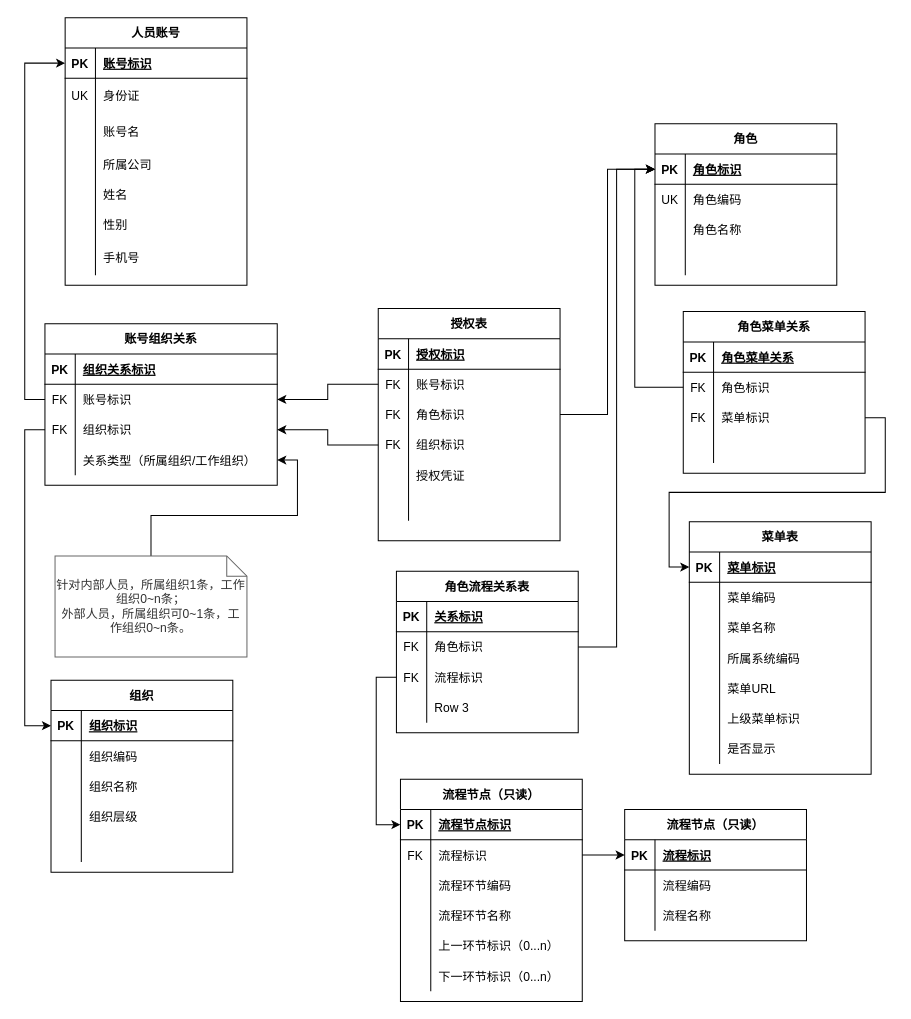
The draw.io diagram page "模型-3" (1 of 7) of 4A基本数模型.drawio in 158698706/tt4a, before the edit. Source tidied: cells renumbered, new cells numbered last; positions are measured from the earlier drawing's top-left corner, leaving out a move shared by most shapes. Both pictures are drawn from the tidied source at 101%, with x=0, y=0 at pixel (44, 17).
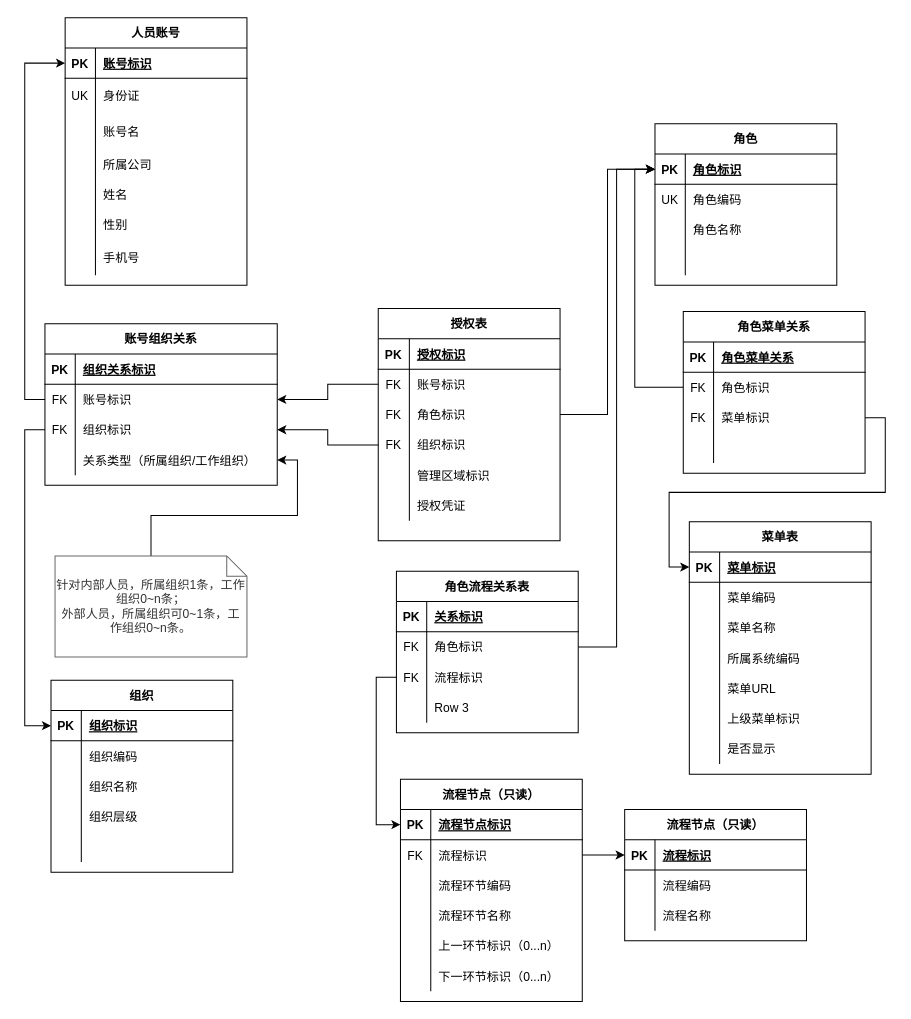
After the change.

Unchanged cells that the change refers to:
```xml
<mxCell id="38" style="shape=tableRow;horizontal=0;startSize=0;swimlaneHead=0;swimlaneBody=0;fillColor=none;top=0;left=0;right=0;bottom=1;" parent="37" vertex="1">
  <mxGeometry y="30" width="180" height="30" as="geometry" />
</mxCell>
<mxCell id="41" style="shape=tableRow;horizontal=0;startSize=0;swimlaneHead=0;swimlaneBody=0;fillColor=none;points=[[0,0.5],[1,0.5]];portConstraint=eastwest;top=0;left=0;right=0;bottom=0;" parent="37" vertex="1">
  <mxGeometry y="60" width="180" height="30" as="geometry" />
</mxCell>
<mxCell id="44" style="shape=tableRow;horizontal=0;startSize=0;swimlaneHead=0;swimlaneBody=0;fillColor=none;points=[[0,0.5],[1,0.5]];portConstraint=eastwest;top=0;left=0;right=0;bottom=0;" parent="37" vertex="1">
  <mxGeometry y="90" width="180" height="30" as="geometry" />
</mxCell>
<mxCell id="47" style="shape=tableRow;horizontal=0;startSize=0;swimlaneHead=0;swimlaneBody=0;fillColor=none;points=[[0,0.5],[1,0.5]];portConstraint=eastwest;top=0;left=0;right=0;bottom=0;" parent="37" vertex="1">
  <mxGeometry y="120" width="180" height="30" as="geometry" />
</mxCell>
<mxCell id="50" style="shape=tableRow;horizontal=0;startSize=0;swimlaneHead=0;swimlaneBody=0;fillColor=none;top=0;left=0;right=0;bottom=0;" parent="37" vertex="1">
  <mxGeometry y="150" width="180" height="30" as="geometry" />
</mxCell>
<mxCell id="53" style="shape=tableRow;horizontal=0;startSize=0;swimlaneHead=0;swimlaneBody=0;fillColor=none;top=0;left=0;right=0;bottom=0;" parent="37" vertex="1">
  <mxGeometry y="180" width="180" height="30" as="geometry" />
</mxCell>
```

What changed in the source:
```diff
@@
     <mxCell id="39" value="PK" style="shape=partialRectangle;fillColor=none;top=0;left=0;bottom=0;right=0;fontStyle=1;overflow=hidden;" parent="38" vertex="1">
-      <mxGeometry width="30" height="30" as="geometry" />
+      <mxGeometry width="30.8" height="30" as="geometry" />
     </mxCell>
     <mxCell id="40" value="授权标识" style="shape=partialRectangle;fillColor=none;top=0;left=0;bottom=0;right=0;align=left;spacingLeft=6;fontStyle=5;overflow=hidden;" parent="38" vertex="1">
-      <mxGeometry x="30" width="150" height="30" as="geometry" />
+      <mxGeometry x="30.8" width="149.2" height="30" as="geometry" />
     </mxCell>
@@
     <mxCell id="42" value="FK" style="shape=partialRectangle;fillColor=none;top=0;left=0;bottom=0;right=0;overflow=hidden;" parent="41" vertex="1">
-      <mxGeometry width="30" height="30" as="geometry" />
+      <mxGeometry width="30.8" height="30" as="geometry" />
     </mxCell>
     <mxCell id="43" value="账号标识" style="shape=partialRectangle;fillColor=none;top=0;left=0;bottom=0;right=0;align=left;spacingLeft=6;overflow=hidden;" parent="41" vertex="1">
-      <mxGeometry x="30" width="150" height="30" as="geometry" />
+      <mxGeometry x="30.8" width="149.2" height="30" as="geometry" />
     </mxCell>
@@
     <mxCell id="45" value="FK" style="shape=partialRectangle;fillColor=none;top=0;left=0;bottom=0;right=0;overflow=hidden;" parent="44" vertex="1">
-      <mxGeometry width="30" height="30" as="geometry" />
+      <mxGeometry width="30.8" height="30" as="geometry" />
     </mxCell>
     <mxCell id="46" value="角色标识" style="shape=partialRectangle;fillColor=none;top=0;left=0;bottom=0;right=0;align=left;spacingLeft=6;overflow=hidden;" parent="44" vertex="1">
-      <mxGeometry x="30" width="150" height="30" as="geometry" />
+      <mxGeometry x="30.8" width="149.2" height="30" as="geometry" />
     </mxCell>
@@
     <mxCell id="48" value="FK" style="shape=partialRectangle;fillColor=none;top=0;left=0;bottom=0;right=0;overflow=hidden;" parent="47" vertex="1">
-      <mxGeometry width="30" height="30" as="geometry" />
+      <mxGeometry width="30.8" height="30" as="geometry" />
     </mxCell>
     <mxCell id="49" value="组织标识" style="shape=partialRectangle;fillColor=none;top=0;left=0;bottom=0;right=0;align=left;spacingLeft=6;overflow=hidden;" parent="47" vertex="1">
-      <mxGeometry x="30" width="150" height="30" as="geometry" />
+      <mxGeometry x="30.8" width="149.2" height="30" as="geometry" />
     </mxCell>
@@
     <mxCell id="51" style="shape=partialRectangle;fillColor=none;top=0;left=0;bottom=0;right=0;overflow=hidden;" parent="50" vertex="1">
-      <mxGeometry width="30" height="30" as="geometry" />
+      <mxGeometry width="30.8" height="30" as="geometry" />
     </mxCell>
-    <mxCell id="52" value="授权凭证" style="shape=partialRectangle;fillColor=none;top=0;left=0;bottom=0;right=0;align=left;spacingLeft=6;overflow=hidden;" parent="50" vertex="1">
-      <mxGeometry x="30" width="150" height="30" as="geometry" />
+    <mxCell id="52" value="管理区域标识" style="shape=partialRectangle;fillColor=none;top=0;left=0;bottom=0;right=0;align=left;spacingLeft=6;overflow=hidden;" parent="50" vertex="1">
+      <mxGeometry x="30.8" width="149.2" height="30" as="geometry" />
     </mxCell>
@@
-    <mxCell id="54" style="shape=partialRectangle;fillColor=none;top=0;left=0;bottom=0;right=0;overflow=hidden;" parent="53" vertex="1">
-      <mxGeometry width="30" height="30" as="geometry" />
-    </mxCell>
-    <mxCell id="55" style="shape=partialRectangle;fillColor=none;top=0;left=0;bottom=0;right=0;align=left;spacingLeft=6;overflow=hidden;" parent="53" vertex="1">
-      <mxGeometry x="30" width="150" height="30" as="geometry" />
-    </mxCell>
+    <mxCell id="174" style="shape=partialRectangle;fillColor=none;top=0;left=0;bottom=0;right=0;overflow=hidden;" parent="53" vertex="1">
+      <mxGeometry width="30.8" height="30" as="geometry" />
+    </mxCell>
+    <mxCell id="175" value="授权凭证" style="shape=partialRectangle;fillColor=none;top=0;left=0;bottom=0;right=0;align=left;spacingLeft=6;overflow=hidden;" parent="53" vertex="1">
+      <mxGeometry x="30.8" width="149.2" height="30" as="geometry" />
+    </mxCell>
```
